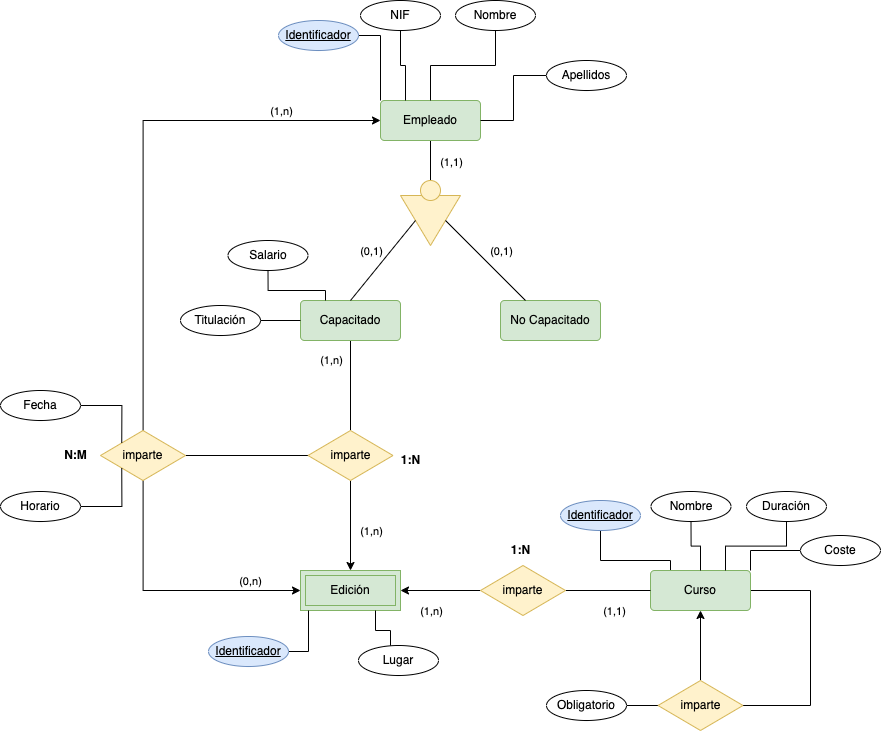
Earlier version of the draw.io export MR/repaso/repaso1/img/empleado-curso.drawio.png (MoisesALH/base-datos). Source tidied: cells renumbered, new cells last; positions are measured from the earlier drawing's top-left corner, leaving out a move shared by most shapes.
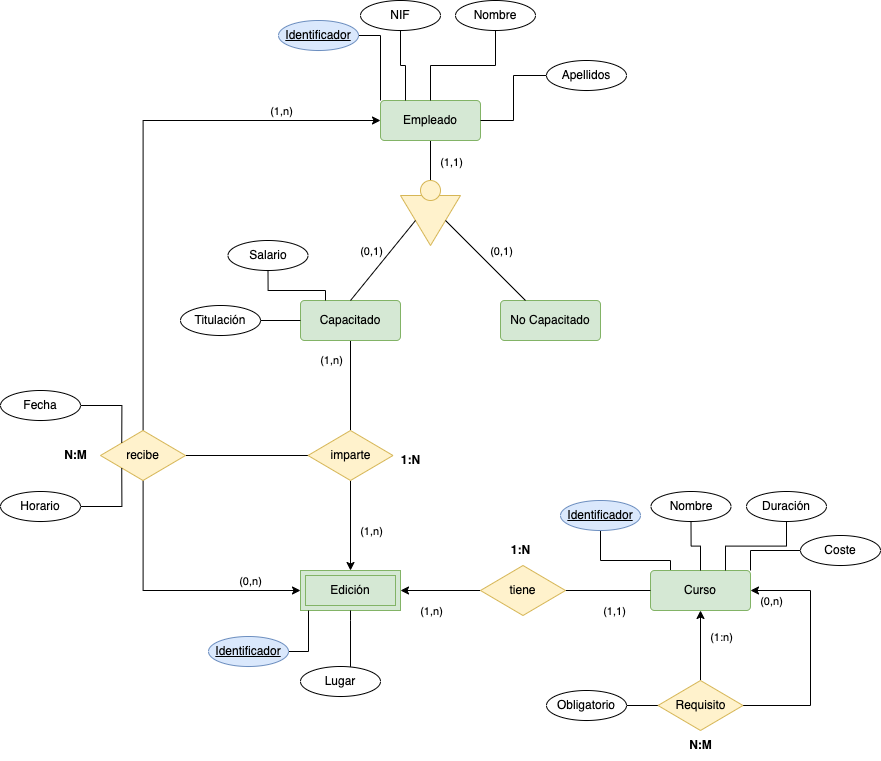
After the change.

What changed in the source:
```diff
@@ -87,7 +87,7 @@
         <mxPoint y="-13" as="offset" />
       </mxGeometry>
     </mxCell>
-    <mxCell id="23" value="imparte" style="shape=rhombus;perimeter=rhombusPerimeter;whiteSpace=wrap;html=1;align=center;fillColor=#fff2cc;strokeColor=#d6b656;" parent="1" vertex="1">
+    <mxCell id="23" value="recibe" style="shape=rhombus;perimeter=rhombusPerimeter;whiteSpace=wrap;html=1;align=center;fillColor=#fff2cc;strokeColor=#d6b656;" parent="1" vertex="1">
       <mxGeometry x="100" y="430" width="85" height="50" as="geometry" />
     </mxCell>
     <mxCell id="24" style="edgeStyle=orthogonalEdgeStyle;rounded=0;jettySize=auto;html=1;entryX=0;entryY=0.5;entryDx=0;entryDy=0;endArrow=none;endFill=0;startArrow=classic;startFill=1;" parent="1" edge="1" source="26" target="45">
@@ -125,16 +125,16 @@
     <mxCell id="32" value="Fecha" style="ellipse;whiteSpace=wrap;html=1;align=center;" parent="1" vertex="1">
       <mxGeometry y="390" width="80" height="30" as="geometry" />
     </mxCell>
-    <mxCell id="33" style="edgeStyle=orthogonalEdgeStyle;rounded=0;jettySize=auto;html=1;entryX=0.75;entryY=1;entryDx=0;entryDy=0;endArrow=none;endFill=0;" parent="1" edge="1" source="34" target="26">
+    <mxCell id="33" style="edgeStyle=orthogonalEdgeStyle;rounded=0;jettySize=auto;html=1;entryX=0.5;entryY=1;entryDx=0;entryDy=0;endArrow=none;endFill=0;" parent="1" edge="1" source="34" target="26">
       <mxGeometry relative="1" as="geometry">
         <Array as="points">
-          <mxPoint x="390" y="630" />
-          <mxPoint x="375" y="630" />
+          <mxPoint x="350" y="620" />
+          <mxPoint x="350" y="620" />
         </Array>
       </mxGeometry>
     </mxCell>
     <mxCell id="34" value="Lugar" style="ellipse;whiteSpace=wrap;html=1;align=center;" parent="1" vertex="1">
-      <mxGeometry x="358" y="645" width="80" height="30" as="geometry" />
+      <mxGeometry x="300" y="666" width="80" height="30" as="geometry" />
     </mxCell>
     <mxCell id="35" style="edgeStyle=orthogonalEdgeStyle;rounded=0;jettySize=auto;html=1;entryX=0;entryY=1;entryDx=0;entryDy=0;endArrow=none;endFill=0;exitX=1;exitY=0.5;exitDx=0;exitDy=0;" parent="1" edge="1" source="36" target="23">
       <mxGeometry relative="1" as="geometry">
@@ -146,7 +146,7 @@
     <mxCell id="36" value="Horario" style="ellipse;whiteSpace=wrap;html=1;align=center;" parent="1" vertex="1">
       <mxGeometry y="491" width="80" height="30" as="geometry" />
     </mxCell>
-    <mxCell id="37" style="edgeStyle=orthogonalEdgeStyle;rounded=0;jettySize=auto;html=1;entryX=1;entryY=0.5;entryDx=0;entryDy=0;endArrow=none;endFill=0;" parent="1" edge="1" source="39" target="42">
+    <mxCell id="37" style="edgeStyle=orthogonalEdgeStyle;rounded=0;jettySize=auto;html=1;entryX=1;entryY=0.5;entryDx=0;entryDy=0;endArrow=none;endFill=0;startArrow=classic;startFill=1;" parent="1" edge="1" source="39" target="42">
       <mxGeometry relative="1" as="geometry">
         <Array as="points">
           <mxPoint x="810" y="590" />
@@ -154,6 +154,11 @@
         </Array>
       </mxGeometry>
     </mxCell>
+    <mxCell id="67" value="(0,n)" style="edgeLabel;html=1;align=center;verticalAlign=middle;" parent="37" vertex="1">
+      <mxGeometry x="-0.68" y="2" relative="1" as="geometry">
+        <mxPoint x="-18" y="12" as="offset" />
+      </mxGeometry>
+    </mxCell>
     <mxCell id="38" style="edgeStyle=orthogonalEdgeStyle;rounded=0;jettySize=auto;html=1;entryX=0.5;entryY=1;entryDx=0;entryDy=0;startArrow=none;startFill=0;endArrow=none;endFill=0;" parent="1" edge="1" source="39" target="54">
       <mxGeometry relative="1" as="geometry">
         <Array as="points">
@@ -168,10 +173,15 @@
     <mxCell id="40" style="edgeStyle=orthogonalEdgeStyle;rounded=0;jettySize=auto;html=1;endArrow=classic;endFill=1;" parent="1" edge="1" source="42" target="39">
       <mxGeometry relative="1" as="geometry" />
     </mxCell>
+    <mxCell id="68" value="(1:n)" style="edgeLabel;html=1;align=center;verticalAlign=middle;" parent="40" vertex="1">
+      <mxGeometry x="0.03" y="-3" relative="1" as="geometry">
+        <mxPoint x="17" y="-8" as="offset" />
+      </mxGeometry>
+    </mxCell>
     <mxCell id="41" style="edgeStyle=orthogonalEdgeStyle;rounded=0;jettySize=auto;html=1;entryX=1;entryY=0.5;entryDx=0;entryDy=0;startArrow=none;startFill=0;endArrow=none;endFill=0;" parent="1" edge="1" source="42" target="47">
       <mxGeometry relative="1" as="geometry" />
     </mxCell>
-    <mxCell id="42" value="imparte" style="shape=rhombus;perimeter=rhombusPerimeter;whiteSpace=wrap;html=1;align=center;fillColor=#fff2cc;strokeColor=#d6b656;" parent="1" vertex="1">
+    <mxCell id="42" value="Requisito" style="shape=rhombus;perimeter=rhombusPerimeter;whiteSpace=wrap;html=1;align=center;fillColor=#fff2cc;strokeColor=#d6b656;" parent="1" vertex="1">
       <mxGeometry x="657.5" y="680" width="85" height="50" as="geometry" />
     </mxCell>
     <mxCell id="43" style="edgeStyle=orthogonalEdgeStyle;rounded=0;jettySize=auto;html=1;entryX=0;entryY=0.5;entryDx=0;entryDy=0;endArrow=none;endFill=0;" parent="1" edge="1" source="45" target="39">
@@ -182,7 +192,7 @@
         <mxPoint y="16" as="offset" />
       </mxGeometry>
     </mxCell>
-    <mxCell id="45" value="imparte" style="shape=rhombus;perimeter=rhombusPerimeter;whiteSpace=wrap;html=1;align=center;fillColor=#fff2cc;strokeColor=#d6b656;" parent="1" vertex="1">
+    <mxCell id="45" value="tiene" style="shape=rhombus;perimeter=rhombusPerimeter;whiteSpace=wrap;html=1;align=center;fillColor=#fff2cc;strokeColor=#d6b656;" parent="1" vertex="1">
       <mxGeometry x="480" y="565" width="85" height="50" as="geometry" />
     </mxCell>
     <mxCell id="46" value="&lt;b&gt;1:N&lt;/b&gt;" style="text;html=1;align=center;verticalAlign=middle;strokeColor=none;fillColor=none;" parent="1" vertex="1">
@@ -248,5 +258,8 @@
     <mxCell id="66" value="Titulación" style="ellipse;whiteSpace=wrap;html=1;align=center;" parent="1" vertex="1">
       <mxGeometry x="180" y="305" width="80" height="30" as="geometry" />
     </mxCell>
+    <mxCell id="69" value="&lt;b&gt;N:M&lt;/b&gt;" style="text;html=1;align=center;verticalAlign=middle;strokeColor=none;fillColor=none;" parent="1" vertex="1">
+      <mxGeometry x="675" y="730" width="50" height="30" as="geometry" />
+    </mxCell>
   </root>
 </mxGraphModel>
```
